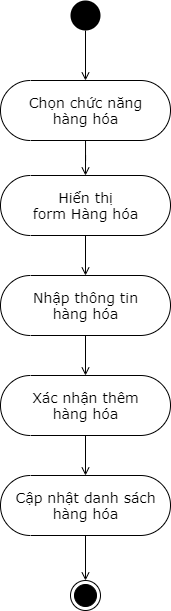
Before: Phan_Tich_Thiet_Ke/Diagram/Activity_Diagram/Activity_Diagram_QuanLyKho_HangHoa.png, a diagram exported from draw.io (KNhaa/DoAnCNPM). Source tidied: cells renumbered, new cells last; positions are measured from the earlier drawing's top-left corner, leaving out a move shared by most shapes. The source it was exported from:
```xml
<mxGraphModel>
  <root>
    <mxCell id="0" />
    <mxCell id="1" parent="0" />
    <mxCell id="2" style="edgeStyle=orthogonalEdgeStyle;rounded=0;jettySize=auto;html=1;endArrow=open;endFill=0;fontFamily=Verdana;fontSize=14;" parent="1" edge="1" source="3" target="6">
      <mxGeometry relative="1" as="geometry" />
    </mxCell>
    <mxCell id="3" style="ellipse;fillColor=#000000;strokeColor=none;" parent="1" vertex="1">
      <mxGeometry x="70" width="30" height="30" as="geometry" />
    </mxCell>
    <mxCell id="4" style="ellipse;html=1;shape=endState;fillColor=#000000;strokeColor=#000000;fontFamily=Verdana;fontSize=14;" parent="1" vertex="1">
      <mxGeometry x="70" y="580" width="30" height="30" as="geometry" />
    </mxCell>
    <mxCell id="5" style="edgeStyle=orthogonalEdgeStyle;rounded=0;jettySize=auto;html=1;entryX=0.5;entryY=0.5;entryDx=0;entryDy=-30;entryPerimeter=0;endArrow=open;endFill=0;fontFamily=Verdana;fontSize=14;" parent="1" edge="1" source="6" target="12">
      <mxGeometry relative="1" as="geometry" />
    </mxCell>
    <mxCell id="6" value="Chọn chức năng&lt;br&gt;hàng hóa" style="html=1;dashed=0;whitespace=wrap;shape=mxgraph.dfd.start;fontFamily=Verdana;fontSize=14;" parent="1" vertex="1">
      <mxGeometry y="80" width="170" height="60" as="geometry" />
    </mxCell>
    <mxCell id="7" style="edgeStyle=orthogonalEdgeStyle;rounded=0;jettySize=auto;html=1;entryX=0.5;entryY=0.5;entryDx=0;entryDy=-30;entryPerimeter=0;endArrow=open;endFill=0;fontFamily=Verdana;fontSize=14;" parent="1" edge="1" source="8" target="14">
      <mxGeometry relative="1" as="geometry" />
    </mxCell>
    <mxCell id="8" value="Nhập thông tin&lt;br&gt;hàng hóa" style="html=1;dashed=0;whitespace=wrap;shape=mxgraph.dfd.start;fontFamily=Verdana;fontSize=14;" parent="1" vertex="1">
      <mxGeometry y="275" width="170" height="60" as="geometry" />
    </mxCell>
    <mxCell id="9" style="edgeStyle=orthogonalEdgeStyle;rounded=0;jettySize=auto;html=1;entryX=0.5;entryY=0;entryDx=0;entryDy=0;endArrow=open;endFill=0;fontFamily=Verdana;fontSize=14;" parent="1" edge="1" source="10" target="4">
      <mxGeometry relative="1" as="geometry" />
    </mxCell>
    <mxCell id="10" value="Cập nhật danh sách&lt;br&gt;hàng hóa" style="html=1;dashed=0;whitespace=wrap;shape=mxgraph.dfd.start;fontFamily=Verdana;fontSize=14;" parent="1" vertex="1">
      <mxGeometry y="475" width="170" height="60" as="geometry" />
    </mxCell>
    <mxCell id="11" style="edgeStyle=orthogonalEdgeStyle;rounded=0;jettySize=auto;html=1;entryX=0.5;entryY=0.5;entryDx=0;entryDy=-30;entryPerimeter=0;fontFamily=Verdana;fontSize=14;endArrow=open;endFill=0;" parent="1" edge="1" source="12" target="8">
      <mxGeometry relative="1" as="geometry" />
    </mxCell>
    <mxCell id="12" value="Hiển thị&lt;br&gt;form Hàng hóa" style="html=1;dashed=0;whitespace=wrap;shape=mxgraph.dfd.start;fontFamily=Verdana;fontSize=14;" parent="1" vertex="1">
      <mxGeometry y="175" width="170" height="60" as="geometry" />
    </mxCell>
    <mxCell id="13" style="edgeStyle=orthogonalEdgeStyle;rounded=0;jettySize=auto;html=1;entryX=0.5;entryY=0.5;entryDx=0;entryDy=-30;entryPerimeter=0;endArrow=open;endFill=0;fontFamily=Verdana;fontSize=14;" parent="1" edge="1" source="14" target="10">
      <mxGeometry relative="1" as="geometry" />
    </mxCell>
    <mxCell id="14" value="Xác nhận thêm&lt;br&gt;hàng hóa" style="html=1;dashed=0;whitespace=wrap;shape=mxgraph.dfd.start;fontFamily=Verdana;fontSize=14;" parent="1" vertex="1">
      <mxGeometry y="375" width="170" height="60" as="geometry" />
    </mxCell>
  </root>
</mxGraphModel>
```
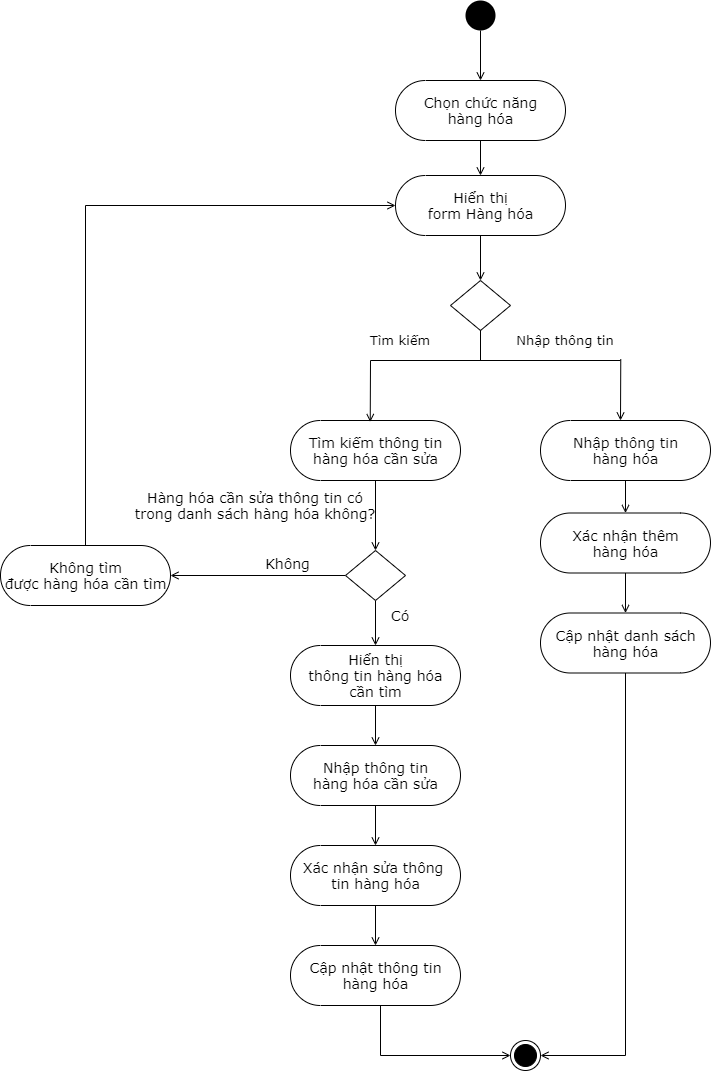
After the commit.

Commit message:
Cập nhật lần 1 Activity diagram Quản lý kho

What changed in the source:
```diff
@@ -6,40 +6,148 @@
       <mxGeometry relative="1" as="geometry" />
     </mxCell>
     <mxCell id="3" style="ellipse;fillColor=#000000;strokeColor=none;" parent="1" vertex="1">
-      <mxGeometry x="70" width="30" height="30" as="geometry" />
+      <mxGeometry x="-110" y="10" width="30" height="30" as="geometry" />
     </mxCell>
-    <mxCell id="4" style="ellipse;html=1;shape=endState;fillColor=#000000;strokeColor=#000000;fontFamily=Verdana;fontSize=14;" parent="1" vertex="1">
-      <mxGeometry x="70" y="580" width="30" height="30" as="geometry" />
-    </mxCell>
     <mxCell id="5" style="edgeStyle=orthogonalEdgeStyle;rounded=0;jettySize=auto;html=1;entryX=0.5;entryY=0.5;entryDx=0;entryDy=-30;entryPerimeter=0;endArrow=open;endFill=0;fontFamily=Verdana;fontSize=14;" parent="1" edge="1" source="6" target="12">
       <mxGeometry relative="1" as="geometry" />
     </mxCell>
     <mxCell id="6" value="Chọn chức năng&lt;br&gt;hàng hóa" style="html=1;dashed=0;whitespace=wrap;shape=mxgraph.dfd.start;fontFamily=Verdana;fontSize=14;" parent="1" vertex="1">
-      <mxGeometry y="80" width="170" height="60" as="geometry" />
+      <mxGeometry x="-180" y="90" width="170" height="60" as="geometry" />
     </mxCell>
     <mxCell id="7" style="edgeStyle=orthogonalEdgeStyle;rounded=0;jettySize=auto;html=1;entryX=0.5;entryY=0.5;entryDx=0;entryDy=-30;entryPerimeter=0;endArrow=open;endFill=0;fontFamily=Verdana;fontSize=14;" parent="1" edge="1" source="8" target="14">
       <mxGeometry relative="1" as="geometry" />
     </mxCell>
     <mxCell id="8" value="Nhập thông tin&lt;br&gt;hàng hóa" style="html=1;dashed=0;whitespace=wrap;shape=mxgraph.dfd.start;fontFamily=Verdana;fontSize=14;" parent="1" vertex="1">
-      <mxGeometry y="275" width="170" height="60" as="geometry" />
+      <mxGeometry x="-35" y="430" width="170" height="60" as="geometry" />
     </mxCell>
-    <mxCell id="9" style="edgeStyle=orthogonalEdgeStyle;rounded=0;jettySize=auto;html=1;entryX=0.5;entryY=0;entryDx=0;entryDy=0;endArrow=open;endFill=0;fontFamily=Verdana;fontSize=14;" parent="1" edge="1" source="10" target="4">
-      <mxGeometry relative="1" as="geometry" />
-    </mxCell>
+    <mxCell id="15" style="edgeStyle=orthogonalEdgeStyle;rounded=0;jettySize=auto;html=1;entryX=1;entryY=0.5;entryDx=0;entryDy=0;endArrow=open;endFill=0;fontFamily=Verdana;fontSize=13;" parent="1" edge="1" source="10" target="16">
+      <mxGeometry relative="1" as="geometry" />
+    </mxCell>
     <mxCell id="10" value="Cập nhật danh sách&lt;br&gt;hàng hóa" style="html=1;dashed=0;whitespace=wrap;shape=mxgraph.dfd.start;fontFamily=Verdana;fontSize=14;" parent="1" vertex="1">
-      <mxGeometry y="475" width="170" height="60" as="geometry" />
+      <mxGeometry x="-35" y="622.5" width="170" height="60" as="geometry" />
     </mxCell>
-    <mxCell id="11" style="edgeStyle=orthogonalEdgeStyle;rounded=0;jettySize=auto;html=1;entryX=0.5;entryY=0.5;entryDx=0;entryDy=-30;entryPerimeter=0;fontFamily=Verdana;fontSize=14;endArrow=open;endFill=0;" parent="1" edge="1" source="12" target="8">
-      <mxGeometry relative="1" as="geometry" />
-    </mxCell>
     <mxCell id="12" value="Hiển thị&lt;br&gt;form Hàng hóa" style="html=1;dashed=0;whitespace=wrap;shape=mxgraph.dfd.start;fontFamily=Verdana;fontSize=14;" parent="1" vertex="1">
-      <mxGeometry y="175" width="170" height="60" as="geometry" />
+      <mxGeometry x="-180" y="185" width="170" height="60" as="geometry" />
     </mxCell>
     <mxCell id="13" style="edgeStyle=orthogonalEdgeStyle;rounded=0;jettySize=auto;html=1;entryX=0.5;entryY=0.5;entryDx=0;entryDy=-30;entryPerimeter=0;endArrow=open;endFill=0;fontFamily=Verdana;fontSize=14;" parent="1" edge="1" source="14" target="10">
       <mxGeometry relative="1" as="geometry" />
     </mxCell>
     <mxCell id="14" value="Xác nhận thêm&lt;br&gt;hàng hóa" style="html=1;dashed=0;whitespace=wrap;shape=mxgraph.dfd.start;fontFamily=Verdana;fontSize=14;" parent="1" vertex="1">
-      <mxGeometry y="375" width="170" height="60" as="geometry" />
+      <mxGeometry x="-35" y="522.5" width="170" height="60" as="geometry" />
     </mxCell>
+    <mxCell id="16" style="ellipse;html=1;shape=endState;fillColor=#000000;strokeColor=#000000;fontFamily=Verdana;fontSize=14;" parent="1" vertex="1">
+      <mxGeometry x="-65" y="1050" width="30" height="30" as="geometry" />
+    </mxCell>
+    <mxCell id="17" style="edgeStyle=orthogonalEdgeStyle;rounded=0;jettySize=auto;html=1;entryX=0.5;entryY=0.5;entryDx=0;entryDy=-30;entryPerimeter=0;endArrow=open;endFill=0;fontFamily=Verdana;fontSize=14;" parent="1" edge="1" source="18" target="22">
+      <mxGeometry relative="1" as="geometry" />
+    </mxCell>
+    <mxCell id="18" value="Nhập thông tin&lt;br&gt;hàng hóa cần sửa" style="html=1;dashed=0;whitespace=wrap;shape=mxgraph.dfd.start;fontFamily=Verdana;fontSize=14;" parent="1" vertex="1">
+      <mxGeometry x="-285" y="755" width="170" height="60" as="geometry" />
+    </mxCell>
+    <mxCell id="19" style="edgeStyle=orthogonalEdgeStyle;rounded=0;jettySize=auto;html=1;entryX=0;entryY=0.5;entryDx=0;entryDy=0;endArrow=open;endFill=0;fontFamily=Verdana;fontSize=13;" parent="1" edge="1" source="20" target="16">
+      <mxGeometry relative="1" as="geometry">
+        <Array as="points">
+          <mxPoint x="-195" y="1065" />
+        </Array>
+      </mxGeometry>
+    </mxCell>
+    <mxCell id="20" value="Cập nhật thông tin&lt;br&gt;hàng hóa" style="html=1;dashed=0;whitespace=wrap;shape=mxgraph.dfd.start;fontFamily=Verdana;fontSize=14;" parent="1" vertex="1">
+      <mxGeometry x="-285" y="955" width="170" height="60" as="geometry" />
+    </mxCell>
+    <mxCell id="21" style="edgeStyle=orthogonalEdgeStyle;rounded=0;jettySize=auto;html=1;entryX=0.5;entryY=0.5;entryDx=0;entryDy=-30;entryPerimeter=0;endArrow=open;endFill=0;fontFamily=Verdana;fontSize=14;" parent="1" edge="1" source="22" target="20">
+      <mxGeometry relative="1" as="geometry" />
+    </mxCell>
+    <mxCell id="22" value="Xác nhận sửa thông&amp;nbsp;&lt;br&gt;tin hàng hóa" style="html=1;dashed=0;whitespace=wrap;shape=mxgraph.dfd.start;fontFamily=Verdana;fontSize=14;" parent="1" vertex="1">
+      <mxGeometry x="-285" y="855" width="170" height="60" as="geometry" />
+    </mxCell>
+    <mxCell id="23" style="edgeStyle=orthogonalEdgeStyle;rounded=0;jettySize=auto;html=1;entryX=0.5;entryY=0;entryDx=0;entryDy=0;endArrow=open;endFill=0;fontFamily=Verdana;fontSize=14;" parent="1" edge="1" source="24" target="29">
+      <mxGeometry relative="1" as="geometry" />
+    </mxCell>
+    <mxCell id="24" value="Tìm kiếm thông tin&lt;br&gt;hàng hóa cần sửa" style="html=1;dashed=0;whitespace=wrap;shape=mxgraph.dfd.start;fontFamily=Verdana;fontSize=14;" parent="1" vertex="1">
+      <mxGeometry x="-285" y="430" width="170" height="60" as="geometry" />
+    </mxCell>
+    <mxCell id="25" style="edgeStyle=orthogonalEdgeStyle;rounded=0;jettySize=auto;html=1;entryX=0.5;entryY=0.5;entryDx=0;entryDy=-30;entryPerimeter=0;endArrow=open;endFill=0;fontFamily=Verdana;fontSize=14;" parent="1" edge="1" source="26" target="18">
+      <mxGeometry relative="1" as="geometry" />
+    </mxCell>
+    <mxCell id="26" value="Hiển thị&lt;br&gt;thông tin hàng hóa&lt;br&gt;cần tìm" style="html=1;dashed=0;whitespace=wrap;shape=mxgraph.dfd.start;fontFamily=Verdana;fontSize=14;" parent="1" vertex="1">
+      <mxGeometry x="-285" y="655" width="170" height="60" as="geometry" />
+    </mxCell>
+    <mxCell id="27" style="edgeStyle=orthogonalEdgeStyle;rounded=0;jettySize=auto;html=1;entryX=0.5;entryY=0.5;entryDx=0;entryDy=-30;entryPerimeter=0;endArrow=open;endFill=0;fontFamily=Verdana;fontSize=14;" parent="1" edge="1" source="29" target="26">
+      <mxGeometry relative="1" as="geometry" />
+    </mxCell>
+    <mxCell id="28" style="edgeStyle=orthogonalEdgeStyle;rounded=0;jettySize=auto;html=1;entryX=1;entryY=0.5;entryDx=0;entryDy=0;entryPerimeter=0;endArrow=open;endFill=0;fontFamily=Verdana;fontSize=13;" parent="1" edge="1" source="29" target="31">
+      <mxGeometry relative="1" as="geometry" />
+    </mxCell>
+    <mxCell id="29" style="shape=rhombus;html=1;dashed=0;whitespace=wrap;perimeter=rhombusPerimeter;fontFamily=Verdana;fontSize=14;" parent="1" vertex="1">
+      <mxGeometry x="-230" y="560" width="60" height="50" as="geometry" />
+    </mxCell>
+    <mxCell id="30" style="edgeStyle=orthogonalEdgeStyle;rounded=0;jettySize=auto;html=1;entryX=0;entryY=0.5;entryDx=0;entryDy=0;entryPerimeter=0;endArrow=open;endFill=0;fontFamily=Verdana;fontSize=13;" parent="1" edge="1" source="31" target="12">
+      <mxGeometry relative="1" as="geometry">
+        <Array as="points">
+          <mxPoint x="-490" y="215" />
+        </Array>
+      </mxGeometry>
+    </mxCell>
+    <mxCell id="31" value="Không tìm&lt;br&gt;được hàng hóa cần tìm" style="html=1;dashed=0;whitespace=wrap;shape=mxgraph.dfd.start;fontFamily=Verdana;fontSize=14;" parent="1" vertex="1">
+      <mxGeometry x="-575" y="555" width="170" height="60" as="geometry" />
+    </mxCell>
+    <mxCell id="32" value="Hàng hóa cần sửa thông tin có trong danh sách hàng hóa không?" style="text;html=1;strokeColor=none;fillColor=none;align=center;verticalAlign=middle;whiteSpace=wrap;rounded=0;fontFamily=Verdana;fontSize=14;" parent="1" vertex="1">
+      <mxGeometry x="-445" y="480" width="250" height="70" as="geometry" />
+    </mxCell>
+    <mxCell id="33" value="Không" style="text;html=1;strokeColor=none;fillColor=none;align=center;verticalAlign=middle;whiteSpace=wrap;rounded=0;fontFamily=Verdana;fontSize=14;" parent="1" vertex="1">
+      <mxGeometry x="-315" y="562.5" width="55" height="20" as="geometry" />
+    </mxCell>
+    <mxCell id="34" value="Có" style="text;html=1;strokeColor=none;fillColor=none;align=center;verticalAlign=middle;whiteSpace=wrap;rounded=0;fontFamily=Verdana;fontSize=14;" parent="1" vertex="1">
+      <mxGeometry x="-185" y="615" width="20" height="20" as="geometry" />
+    </mxCell>
+    <mxCell id="35" style="edgeStyle=orthogonalEdgeStyle;rounded=0;jettySize=auto;html=1;entryX=0.5;entryY=0;entryDx=0;entryDy=0;endArrow=open;endFill=0;fontFamily=Verdana;fontSize=13;" parent="1" edge="1" target="36">
+      <mxGeometry relative="1" as="geometry">
+        <mxPoint x="-95" y="245" as="sourcePoint" />
+      </mxGeometry>
+    </mxCell>
+    <mxCell id="36" style="shape=rhombus;html=1;dashed=0;whitespace=wrap;perimeter=rhombusPerimeter;fontFamily=Verdana;fontSize=14;" parent="1" vertex="1">
+      <mxGeometry x="-125" y="290" width="60" height="50" as="geometry" />
+    </mxCell>
+    <mxCell id="37" style="edgeStyle=orthogonalEdgeStyle;rounded=0;orthogonalLoop=1;jettySize=auto;html=1;endArrow=none;endFill=0;fontFamily=Verdana;fontSize=13;" parent="1" edge="1">
+      <mxGeometry relative="1" as="geometry">
+        <mxPoint x="-95" y="340" as="sourcePoint" />
+        <mxPoint x="-95" y="370" as="targetPoint" />
+      </mxGeometry>
+    </mxCell>
+    <mxCell id="38" style="endArrow=none;html=1;fontFamily=Verdana;fontSize=13;" parent="1" edge="1">
+      <mxGeometry relative="1" as="geometry">
+        <mxPoint x="-205" y="370" as="sourcePoint" />
+        <mxPoint x="45" y="370" as="targetPoint" />
+      </mxGeometry>
+    </mxCell>
+    <mxCell id="39" style="endArrow=none;html=1;fontFamily=Verdana;fontSize=13;" parent="1" edge="1">
+      <mxGeometry relative="1" as="geometry">
+        <mxPoint x="-95" y="370" as="sourcePoint" />
+        <mxPoint x="-95" y="340" as="targetPoint" />
+      </mxGeometry>
+    </mxCell>
+    <mxCell id="40" style="endArrow=none;html=1;fontFamily=Verdana;fontSize=13;" parent="1" edge="1">
+      <mxGeometry relative="1" as="geometry">
+        <mxPoint x="-195" y="370" as="sourcePoint" />
+        <mxPoint x="5" y="370" as="targetPoint" />
+      </mxGeometry>
+    </mxCell>
+    <mxCell id="41" value="Tìm kiếm" style="text;html=1;strokeColor=none;fillColor=none;align=center;verticalAlign=middle;whiteSpace=wrap;rounded=0;fontFamily=Verdana;fontSize=13;" parent="1" vertex="1">
+      <mxGeometry x="-215" y="340" width="80" height="20" as="geometry" />
+    </mxCell>
+    <mxCell id="42" value="Nhập thông tin" style="text;html=1;strokeColor=none;fillColor=none;align=center;verticalAlign=middle;whiteSpace=wrap;rounded=0;fontFamily=Verdana;fontSize=13;" parent="1" vertex="1">
+      <mxGeometry x="-65" y="340" width="110" height="20" as="geometry" />
+    </mxCell>
+    <mxCell id="43" style="endArrow=open;html=1;fontFamily=Verdana;fontSize=13;endFill=0;entryX=0.469;entryY=0.025;entryDx=0;entryDy=0;entryPerimeter=0;" parent="1" edge="1" target="24">
+      <mxGeometry relative="1" as="geometry">
+        <mxPoint x="-205" y="370" as="sourcePoint" />
+      </mxGeometry>
+    </mxCell>
+    <mxCell id="44" style="endArrow=open;html=1;fontFamily=Verdana;fontSize=13;endFill=0;entryX=0.469;entryY=0.025;entryDx=0;entryDy=0;entryPerimeter=0;" parent="1" edge="1">
+      <mxGeometry relative="1" as="geometry">
+        <mxPoint x="45.3" y="368.5" as="sourcePoint" />
+        <mxPoint x="45" y="430" as="targetPoint" />
+      </mxGeometry>
+    </mxCell>
   </root>
 </mxGraphModel>
```
